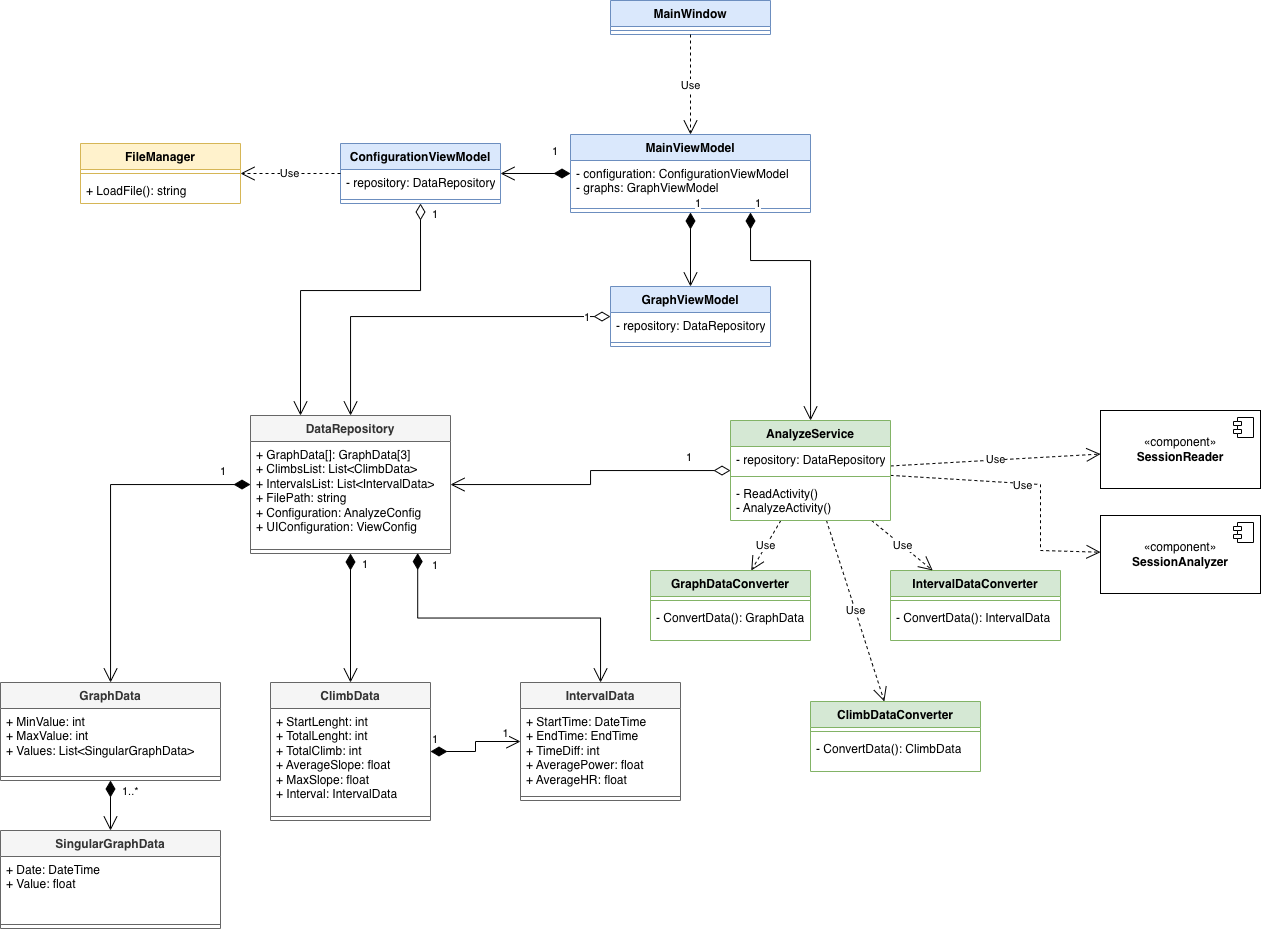
This is docs/images/Classes.drawio.png from julenmc/CyclingIntervals, a draw.io export, as it was before one commit. Source tidied: cells renumbered, new cells last; positions are measured from the earlier drawing's top-left corner, leaving out a move shared by most shapes.
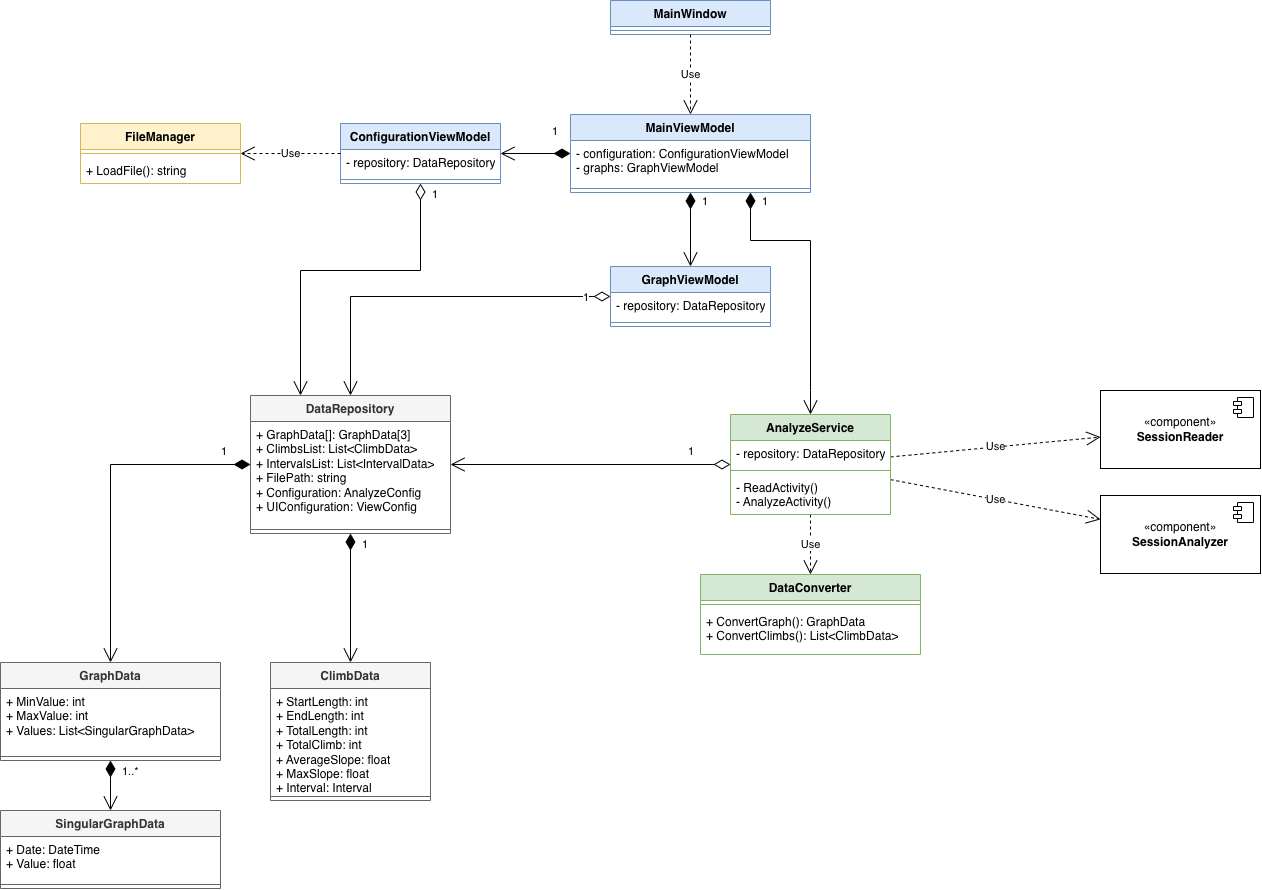
After the commit.

Commit message:
DataConverter uploaded. Works as a bridge between app and core.

Change to the diagram source:
```diff
@@ -11,15 +11,6 @@
     <mxCell id="4" style="line;strokeWidth=1;fillColor=none;align=left;verticalAlign=middle;spacingTop=-1;spacingLeft=3;spacingRight=3;labelPosition=right;strokeColor=inherit;" parent="2" vertex="1">
       <mxGeometry y="90" width="220" height="8" as="geometry" />
     </mxCell>
-    <mxCell id="5" value="&lt;div&gt;&lt;span&gt;IntervalData&lt;/span&gt;&lt;/div&gt;" style="swimlane;fontStyle=1;align=center;verticalAlign=top;horizontal=1;startSize=26;whiteSpace=wrap;html=1;fillColor=#f5f5f5;strokeColor=#666666;fontColor=#333333;" parent="1" vertex="1">
-      <mxGeometry x="520" y="682" width="160" height="118" as="geometry" />
-    </mxCell>
-    <mxCell id="6" value="+ StartTime: DateTime&lt;div&gt;+ EndTime: EndTime&lt;/div&gt;&lt;div&gt;+ TimeDiff: int&lt;/div&gt;&lt;div&gt;+ AveragePower: float&lt;/div&gt;&lt;div&gt;+ AverageHR: float&lt;/div&gt;" style="text;strokeColor=none;fillColor=none;align=left;verticalAlign=top;spacingLeft=4;spacingRight=4;overflow=hidden;whiteSpace=wrap;html=1;" parent="5" vertex="1">
-      <mxGeometry y="26" width="160" height="84" as="geometry" />
-    </mxCell>
-    <mxCell id="7" style="line;strokeWidth=1;fillColor=none;align=left;verticalAlign=middle;spacingTop=-1;spacingLeft=3;spacingRight=3;labelPosition=right;strokeColor=inherit;" parent="5" vertex="1">
-      <mxGeometry y="110" width="160" height="8" as="geometry" />
-    </mxCell>
     <mxCell id="8" value="GraphViewModel" style="swimlane;fontStyle=1;align=center;verticalAlign=top;horizontal=1;startSize=26;whiteSpace=wrap;html=1;fillColor=#dae8fc;strokeColor=#6c8ebf;" parent="1" vertex="1">
       <mxGeometry x="610" y="286" width="160" height="60" as="geometry" />
     </mxCell>
@@ -39,7 +30,7 @@
       <mxGeometry y="70" width="240" height="8" as="geometry" />
     </mxCell>
     <mxCell id="14" value="MainWindow" style="swimlane;fontStyle=1;align=center;verticalAlign=top;horizontal=1;startSize=26;whiteSpace=wrap;html=1;fillColor=#dae8fc;strokeColor=#6c8ebf;" parent="1" vertex="1">
-      <mxGeometry x="610" width="160" height="34" as="geometry" />
+      <mxGeometry x="610" y="20" width="160" height="34" as="geometry" />
     </mxCell>
     <mxCell id="15" style="line;strokeWidth=1;fillColor=none;align=left;verticalAlign=middle;spacingTop=-1;spacingLeft=3;spacingRight=3;labelPosition=right;strokeColor=inherit;" parent="14" vertex="1">
       <mxGeometry y="26" width="160" height="8" as="geometry" />
@@ -85,12 +76,7 @@
       </mxGeometry>
     </mxCell>
     <mxCell id="28" value="Use" style="endArrow=open;endSize=12;dashed=1;html=1;rounded=0;" parent="1" edge="1" source="63" target="26">
-      <mxGeometry x="-0.04" y="-2" relative="1" as="geometry">
-        <Array as="points">
-          <mxPoint x="1040" y="484" />
-          <mxPoint x="1040" y="550" />
-        </Array>
-      </mxGeometry>
+      <mxGeometry relative="1" as="geometry" />
     </mxCell>
     <mxCell id="29" value="Use" style="endArrow=open;endSize=12;dashed=1;html=1;rounded=0;" parent="1" edge="1" source="16" target="20">
       <mxGeometry relative="1" as="geometry" />
@@ -98,7 +84,7 @@
     <mxCell id="30" value="&lt;div&gt;&lt;span&gt;ClimbData&lt;/span&gt;&lt;/div&gt;" style="swimlane;fontStyle=1;align=center;verticalAlign=top;horizontal=1;startSize=26;whiteSpace=wrap;html=1;fillColor=#f5f5f5;strokeColor=#666666;fontColor=#333333;" parent="1" vertex="1">
       <mxGeometry x="270" y="682" width="160" height="138" as="geometry" />
     </mxCell>
-    <mxCell id="31" value="+ StartLenght: int&lt;div&gt;+ TotalLenght: int&lt;/div&gt;&lt;div&gt;+ TotalClimb: int&lt;/div&gt;&lt;div&gt;+ AverageSlope: float&lt;/div&gt;&lt;div&gt;+ MaxSlope: float&lt;/div&gt;&lt;div&gt;+ Interval: IntervalData&lt;/div&gt;" style="text;strokeColor=none;fillColor=none;align=left;verticalAlign=top;spacingLeft=4;spacingRight=4;overflow=hidden;whiteSpace=wrap;html=1;" parent="30" vertex="1">
+    <mxCell id="31" value="+ StartLength: int&lt;div&gt;+ EndLength: int&lt;br&gt;&lt;div&gt;+ TotalLength: int&lt;/div&gt;&lt;div&gt;+ TotalClimb: int&lt;/div&gt;&lt;div&gt;+ AverageSlope: float&lt;/div&gt;&lt;div&gt;+ MaxSlope: float&lt;/div&gt;&lt;div&gt;+ Interval: Interval&lt;/div&gt;&lt;/div&gt;" style="text;strokeColor=none;fillColor=none;align=left;verticalAlign=top;spacingLeft=4;spacingRight=4;overflow=hidden;whiteSpace=wrap;html=1;" parent="30" vertex="1">
       <mxGeometry y="26" width="160" height="104" as="geometry" />
     </mxCell>
     <mxCell id="32" style="line;strokeWidth=1;fillColor=none;align=left;verticalAlign=middle;spacingTop=-1;spacingLeft=3;spacingRight=3;labelPosition=right;strokeColor=inherit;" parent="30" vertex="1">
@@ -127,22 +113,11 @@
     <mxCell id="38" value="1" style="endArrow=open;html=1;endSize=12;startArrow=diamondThin;startSize=14;startFill=1;edgeStyle=orthogonalEdgeStyle;align=left;verticalAlign=bottom;rounded=0;" parent="1" edge="1" source="33" target="30">
       <mxGeometry x="-0.69" y="10" relative="1" as="geometry" />
     </mxCell>
-    <mxCell id="39" value="1" style="endArrow=open;html=1;endSize=12;startArrow=diamondThin;startSize=14;startFill=1;edgeStyle=orthogonalEdgeStyle;align=left;verticalAlign=bottom;rounded=0;exitX=0.836;exitY=0.947;exitDx=0;exitDy=0;exitPerimeter=0;" parent="1" edge="1" source="35" target="5">
-      <mxGeometry x="-0.86" y="13" relative="1" as="geometry" />
-    </mxCell>
-    <mxCell id="40" value="1" style="endArrow=open;html=1;endSize=12;startArrow=diamondThin;startSize=14;startFill=1;edgeStyle=orthogonalEdgeStyle;align=left;verticalAlign=bottom;rounded=0;" parent="1" edge="1" source="30" target="5">
-      <mxGeometry x="-1" y="3" relative="1" as="geometry" />
-    </mxCell>
-    <mxCell id="41" value="1" style="edgeLabel;html=1;align=center;verticalAlign=middle;" parent="40" vertex="1">
-      <mxGeometry x="0.68" y="1" relative="1" as="geometry">
-        <mxPoint y="-8" as="offset" />
-      </mxGeometry>
-    </mxCell>
     <mxCell id="42" value="1" style="endArrow=open;html=1;endSize=12;startArrow=diamondThin;startSize=14;startFill=0;edgeStyle=orthogonalEdgeStyle;align=left;verticalAlign=bottom;rounded=0;" parent="1" edge="1" source="8" target="33">
       <mxGeometry x="-0.84" y="10" relative="1" as="geometry" />
     </mxCell>
     <mxCell id="43" value="1" style="endArrow=open;html=1;endSize=12;startArrow=diamondThin;startSize=14;startFill=1;edgeStyle=orthogonalEdgeStyle;align=left;verticalAlign=bottom;rounded=0;exitX=0.75;exitY=1;exitDx=0;exitDy=0;" parent="1" edge="1" source="11" target="63">
-      <mxGeometry x="-1" y="3" relative="1" as="geometry">
+      <mxGeometry x="-0.87" y="10" relative="1" as="geometry">
         <Array as="points">
           <mxPoint x="750" y="260" />
           <mxPoint x="810" y="260" />
@@ -154,61 +129,37 @@
       <mxGeometry x="-0.68" y="-4" relative="1" as="geometry" />
     </mxCell>
     <mxCell id="45" value="1" style="endArrow=open;html=1;endSize=12;startArrow=diamondThin;startSize=14;startFill=1;edgeStyle=orthogonalEdgeStyle;align=left;verticalAlign=bottom;rounded=0;" parent="1" edge="1" source="11" target="8">
-      <mxGeometry x="-1" y="3" relative="1" as="geometry" />
+      <mxGeometry x="-0.51" y="10" relative="1" as="geometry" />
     </mxCell>
     <mxCell id="46" value="1" style="endArrow=open;html=1;endSize=12;startArrow=diamondThin;startSize=14;startFill=1;edgeStyle=orthogonalEdgeStyle;align=left;verticalAlign=bottom;rounded=0;" parent="1" edge="1" source="11" target="16">
       <mxGeometry x="-0.43" y="-13" relative="1" as="geometry" />
     </mxCell>
-    <mxCell id="47" value="GraphDataConverter" style="swimlane;fontStyle=1;align=center;verticalAlign=top;horizontal=1;startSize=26;whiteSpace=wrap;html=1;fillColor=#d5e8d4;strokeColor=#82b366;" parent="1" vertex="1">
-      <mxGeometry x="650" y="570" width="160" height="70" as="geometry" />
+    <mxCell id="47" value="DataConverter" style="swimlane;fontStyle=1;align=center;verticalAlign=top;horizontal=1;startSize=26;whiteSpace=wrap;html=1;fillColor=#d5e8d4;strokeColor=#82b366;" parent="1" vertex="1">
+      <mxGeometry x="700" y="594" width="220" height="80" as="geometry" />
     </mxCell>
     <mxCell id="48" style="line;strokeWidth=1;fillColor=none;align=left;verticalAlign=middle;spacingTop=-1;spacingLeft=3;spacingRight=3;labelPosition=right;strokeColor=inherit;" parent="47" vertex="1">
-      <mxGeometry y="26" width="160" height="8" as="geometry" />
+      <mxGeometry y="26" width="220" height="8" as="geometry" />
     </mxCell>
-    <mxCell id="49" value="- ConvertData(): GraphData" style="text;strokeColor=none;fillColor=none;align=left;verticalAlign=top;spacingLeft=4;spacingRight=4;overflow=hidden;whiteSpace=wrap;html=1;" parent="47" vertex="1">
-      <mxGeometry y="34" width="160" height="36" as="geometry" />
+    <mxCell id="49" value="+ ConvertGraph(): GraphData&lt;div&gt;+ ConvertClimbs(): List&amp;lt;ClimbData&amp;gt;&lt;/div&gt;&lt;div&gt;&lt;br&gt;&lt;/div&gt;" style="text;strokeColor=none;fillColor=none;align=left;verticalAlign=top;spacingLeft=4;spacingRight=4;overflow=hidden;whiteSpace=wrap;html=1;" parent="47" vertex="1">
+      <mxGeometry y="34" width="220" height="46" as="geometry" />
     </mxCell>
-    <mxCell id="50" value="ClimbDataConverter" style="swimlane;fontStyle=1;align=center;verticalAlign=top;horizontal=1;startSize=26;whiteSpace=wrap;html=1;fillColor=#d5e8d4;strokeColor=#82b366;" parent="1" vertex="1">
-      <mxGeometry x="810" y="701" width="170" height="70" as="geometry" />
-    </mxCell>
-    <mxCell id="51" style="line;strokeWidth=1;fillColor=none;align=left;verticalAlign=middle;spacingTop=-1;spacingLeft=3;spacingRight=3;labelPosition=right;strokeColor=inherit;" parent="50" vertex="1">
-      <mxGeometry y="26" width="170" height="8" as="geometry" />
-    </mxCell>
-    <mxCell id="52" value="- ConvertData(): ClimbData" style="text;strokeColor=none;fillColor=none;align=left;verticalAlign=top;spacingLeft=4;spacingRight=4;overflow=hidden;whiteSpace=wrap;html=1;" parent="50" vertex="1">
-      <mxGeometry y="34" width="170" height="36" as="geometry" />
-    </mxCell>
-    <mxCell id="53" value="IntervalDataConverter" style="swimlane;fontStyle=1;align=center;verticalAlign=top;horizontal=1;startSize=26;whiteSpace=wrap;html=1;fillColor=#d5e8d4;strokeColor=#82b366;" parent="1" vertex="1">
-      <mxGeometry x="890" y="570" width="170" height="70" as="geometry" />
-    </mxCell>
-    <mxCell id="54" style="line;strokeWidth=1;fillColor=none;align=left;verticalAlign=middle;spacingTop=-1;spacingLeft=3;spacingRight=3;labelPosition=right;strokeColor=inherit;" parent="53" vertex="1">
-      <mxGeometry y="26" width="170" height="8" as="geometry" />
-    </mxCell>
-    <mxCell id="55" value="- ConvertData(): IntervalData" style="text;strokeColor=none;fillColor=none;align=left;verticalAlign=top;spacingLeft=4;spacingRight=4;overflow=hidden;whiteSpace=wrap;html=1;" parent="53" vertex="1">
-      <mxGeometry y="34" width="170" height="36" as="geometry" />
-    </mxCell>
     <mxCell id="56" value="Use" style="endArrow=open;endSize=12;dashed=1;html=1;rounded=0;" parent="1" edge="1" source="63" target="47">
       <mxGeometry relative="1" as="geometry" />
     </mxCell>
-    <mxCell id="57" value="Use" style="endArrow=open;endSize=12;dashed=1;html=1;rounded=0;" parent="1" edge="1" source="63" target="50">
-      <mxGeometry relative="1" as="geometry" />
-    </mxCell>
-    <mxCell id="58" value="Use" style="endArrow=open;endSize=12;dashed=1;html=1;rounded=0;" parent="1" edge="1" source="63" target="53">
-      <mxGeometry relative="1" as="geometry" />
-    </mxCell>
     <mxCell id="59" value="&lt;div&gt;&lt;span&gt;SingularGraphData&lt;/span&gt;&lt;/div&gt;" style="swimlane;fontStyle=1;align=center;verticalAlign=top;horizontal=1;startSize=26;whiteSpace=wrap;html=1;fillColor=#f5f5f5;strokeColor=#666666;fontColor=#333333;" parent="1" vertex="1">
-      <mxGeometry y="830" width="220" height="98" as="geometry" />
+      <mxGeometry y="830" width="220" height="78" as="geometry" />
     </mxCell>
     <mxCell id="60" value="+ Date: DateTime&lt;br&gt;&lt;div&gt;+ Value: float&lt;/div&gt;" style="text;strokeColor=none;fillColor=none;align=left;verticalAlign=top;spacingLeft=4;spacingRight=4;overflow=hidden;whiteSpace=wrap;html=1;" parent="59" vertex="1">
-      <mxGeometry y="26" width="220" height="64" as="geometry" />
+      <mxGeometry y="26" width="220" height="44" as="geometry" />
     </mxCell>
     <mxCell id="61" style="line;strokeWidth=1;fillColor=none;align=left;verticalAlign=middle;spacingTop=-1;spacingLeft=3;spacingRight=3;labelPosition=right;strokeColor=inherit;" parent="59" vertex="1">
-      <mxGeometry y="90" width="220" height="8" as="geometry" />
+      <mxGeometry y="70" width="220" height="8" as="geometry" />
     </mxCell>
     <mxCell id="62" value="1..*" style="endArrow=open;html=1;endSize=12;startArrow=diamondThin;startSize=14;startFill=1;edgeStyle=orthogonalEdgeStyle;align=left;verticalAlign=bottom;rounded=0;" parent="1" edge="1" source="2" target="59">
       <mxGeometry x="-0.2" y="10" relative="1" as="geometry" />
     </mxCell>
     <mxCell id="63" value="AnalyzeService" style="swimlane;fontStyle=1;align=center;verticalAlign=top;horizontal=1;startSize=26;whiteSpace=wrap;html=1;fillColor=#d5e8d4;strokeColor=#82b366;" parent="1" vertex="1">
-      <mxGeometry x="730" y="420" width="160" height="100" as="geometry" />
+      <mxGeometry x="730" y="434" width="160" height="100" as="geometry" />
     </mxCell>
     <mxCell id="64" value="- repository: DataRepository" style="text;strokeColor=none;fillColor=none;align=left;verticalAlign=top;spacingLeft=4;spacingRight=4;overflow=hidden;whiteSpace=wrap;html=1;" parent="63" vertex="1">
       <mxGeometry y="26" width="160" height="26" as="geometry" />
```
